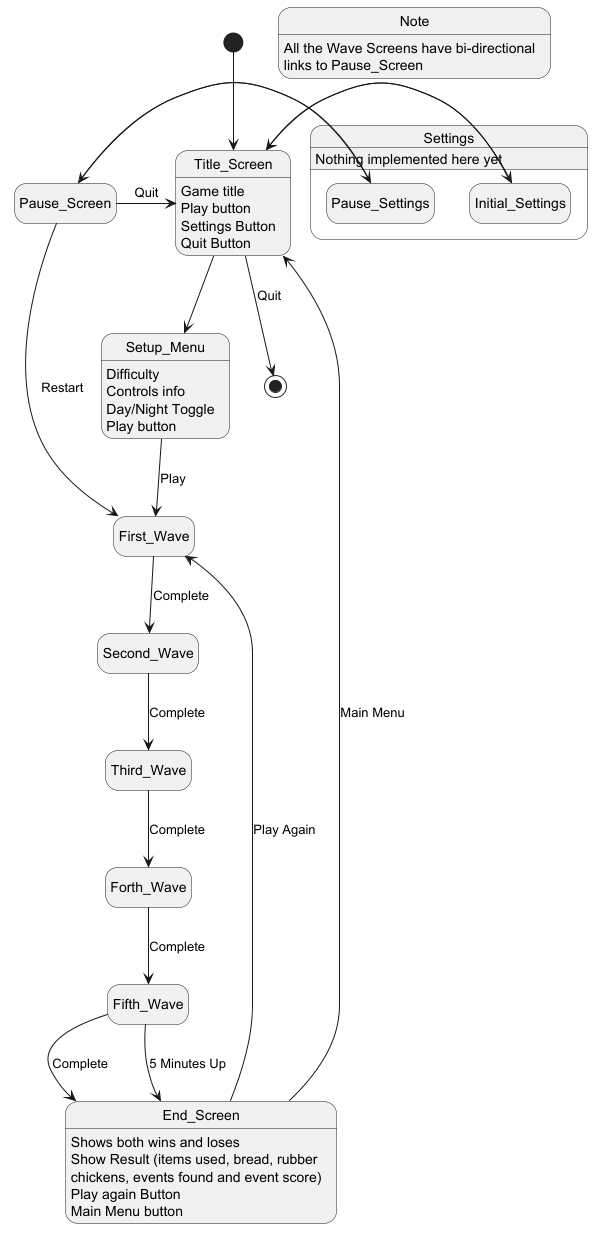
The PlantUML diagram images/architecture/state-diagram.png in map-jhak/map-jhak.github.io, before a commit. Its diagram source:
```plantuml
@startuml
hide empty description
state Settings {
    state Pause_Settings
    state Initial_Settings
}


[*] --> Title_Screen
Title_Screen --> [*] : Quit
Title_Screen : Game title
Title_Screen : Play button
Title_Screen : Settings Button
Title_Screen : Quit Button

Title_Screen -> Initial_Settings
Title_Screen --> Setup_Menu

Pause_Screen -> Pause_Settings
Pause_Screen -> Title_Screen : Quit
Pause_Screen -> First_Wave : Restart


Setup_Menu : Difficulty
Setup_Menu : Controls info
Setup_Menu : Day/Night Toggle
Setup_Menu : Play button

Setup_Menu --> First_Wave : Play

Initial_Settings -> Title_Screen
Pause_Settings -> Pause_Screen
Settings : Nothing implemented here yet

First_Wave --> Second_Wave : Complete

Second_Wave --> Third_Wave : Complete

Third_Wave --> Forth_Wave : Complete

Forth_Wave --> Fifth_Wave : Complete

Fifth_Wave --> End_Screen : Complete
Fifth_Wave --> End_Screen : 5 Minutes Up

End_Screen -> Title_Screen : Main Menu
End_Screen : Shows both wins and loses
End_Screen : Show Result (items used, bread, rubber
End_Screen : chickens, events found and event score)
End_Screen -> First_Wave : Play Again
End_Screen : Play again Button
End_Screen : Main Menu button

Note : All the Wave Screens have bi-directional
Note : links to Pause_Screen

@enduml
```
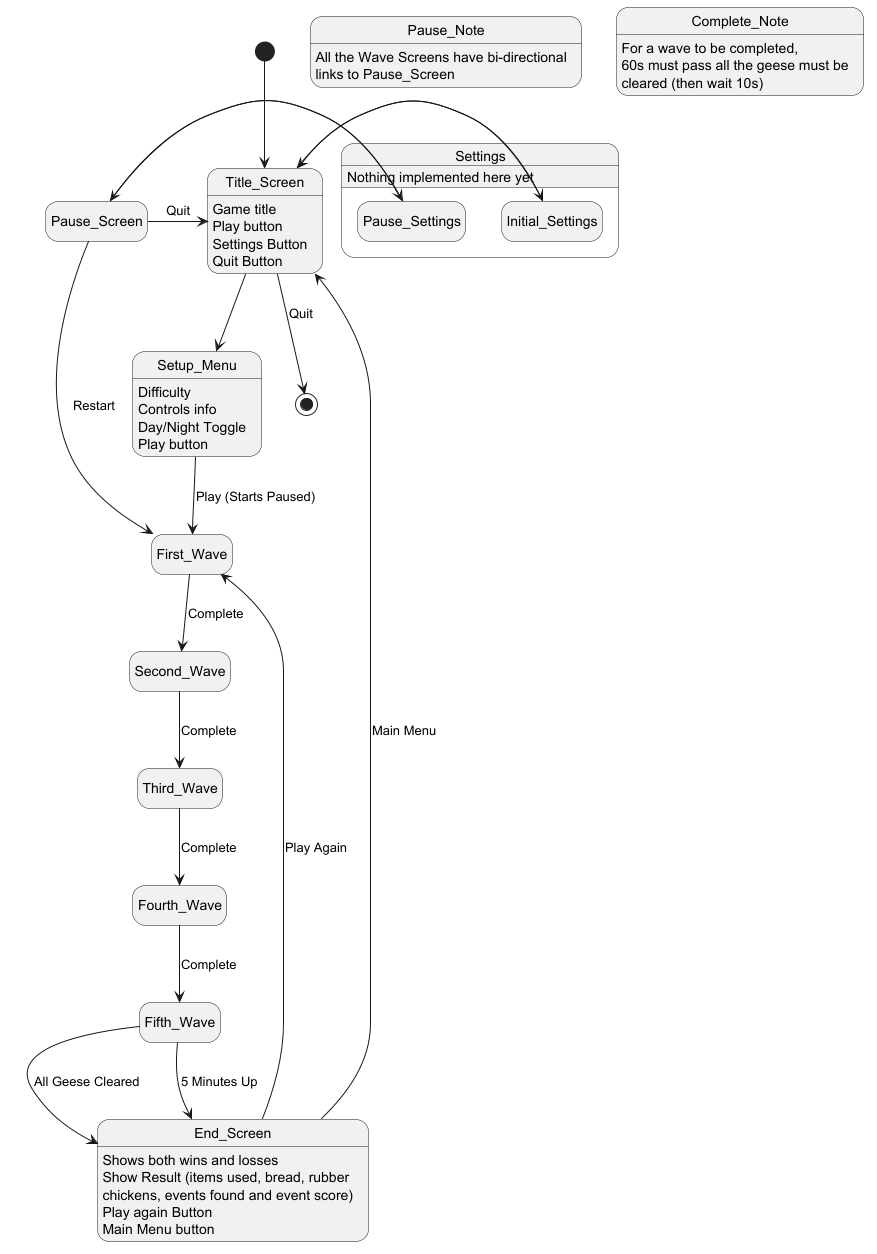
The same file after the commit.

Commit message:
Update State diagram

What changed in the source:
```diff
@@ -26,7 +26,7 @@
 Setup_Menu : Day/Night Toggle
 Setup_Menu : Play button
 
-Setup_Menu --> First_Wave : Play
+Setup_Menu --> First_Wave : Play (Starts Paused)
 
 Initial_Settings -> Title_Screen
 Pause_Settings -> Pause_Screen
@@ -36,22 +36,26 @@
 
 Second_Wave --> Third_Wave : Complete
 
-Third_Wave --> Forth_Wave : Complete
+Third_Wave --> Fourth_Wave : Complete
 
-Forth_Wave --> Fifth_Wave : Complete
+Fourth_Wave --> Fifth_Wave : Complete
 
-Fifth_Wave --> End_Screen : Complete
+Fifth_Wave --> End_Screen : All Geese Cleared
 Fifth_Wave --> End_Screen : 5 Minutes Up
 
 End_Screen -> Title_Screen : Main Menu
-End_Screen : Shows both wins and loses
+End_Screen : Shows both wins and losses
 End_Screen : Show Result (items used, bread, rubber
 End_Screen : chickens, events found and event score)
 End_Screen -> First_Wave : Play Again
 End_Screen : Play again Button
 End_Screen : Main Menu button
 
-Note : All the Wave Screens have bi-directional
-Note : links to Pause_Screen
+Pause_Note : All the Wave Screens have bi-directional
+Pause_Note : links to Pause_Screen
+
+Complete_Note : For a wave to be completed,
+Complete_Note : 60s must pass all the geese must be
+Complete_Note : cleared (then wait 10s)
 
 @enduml
```
